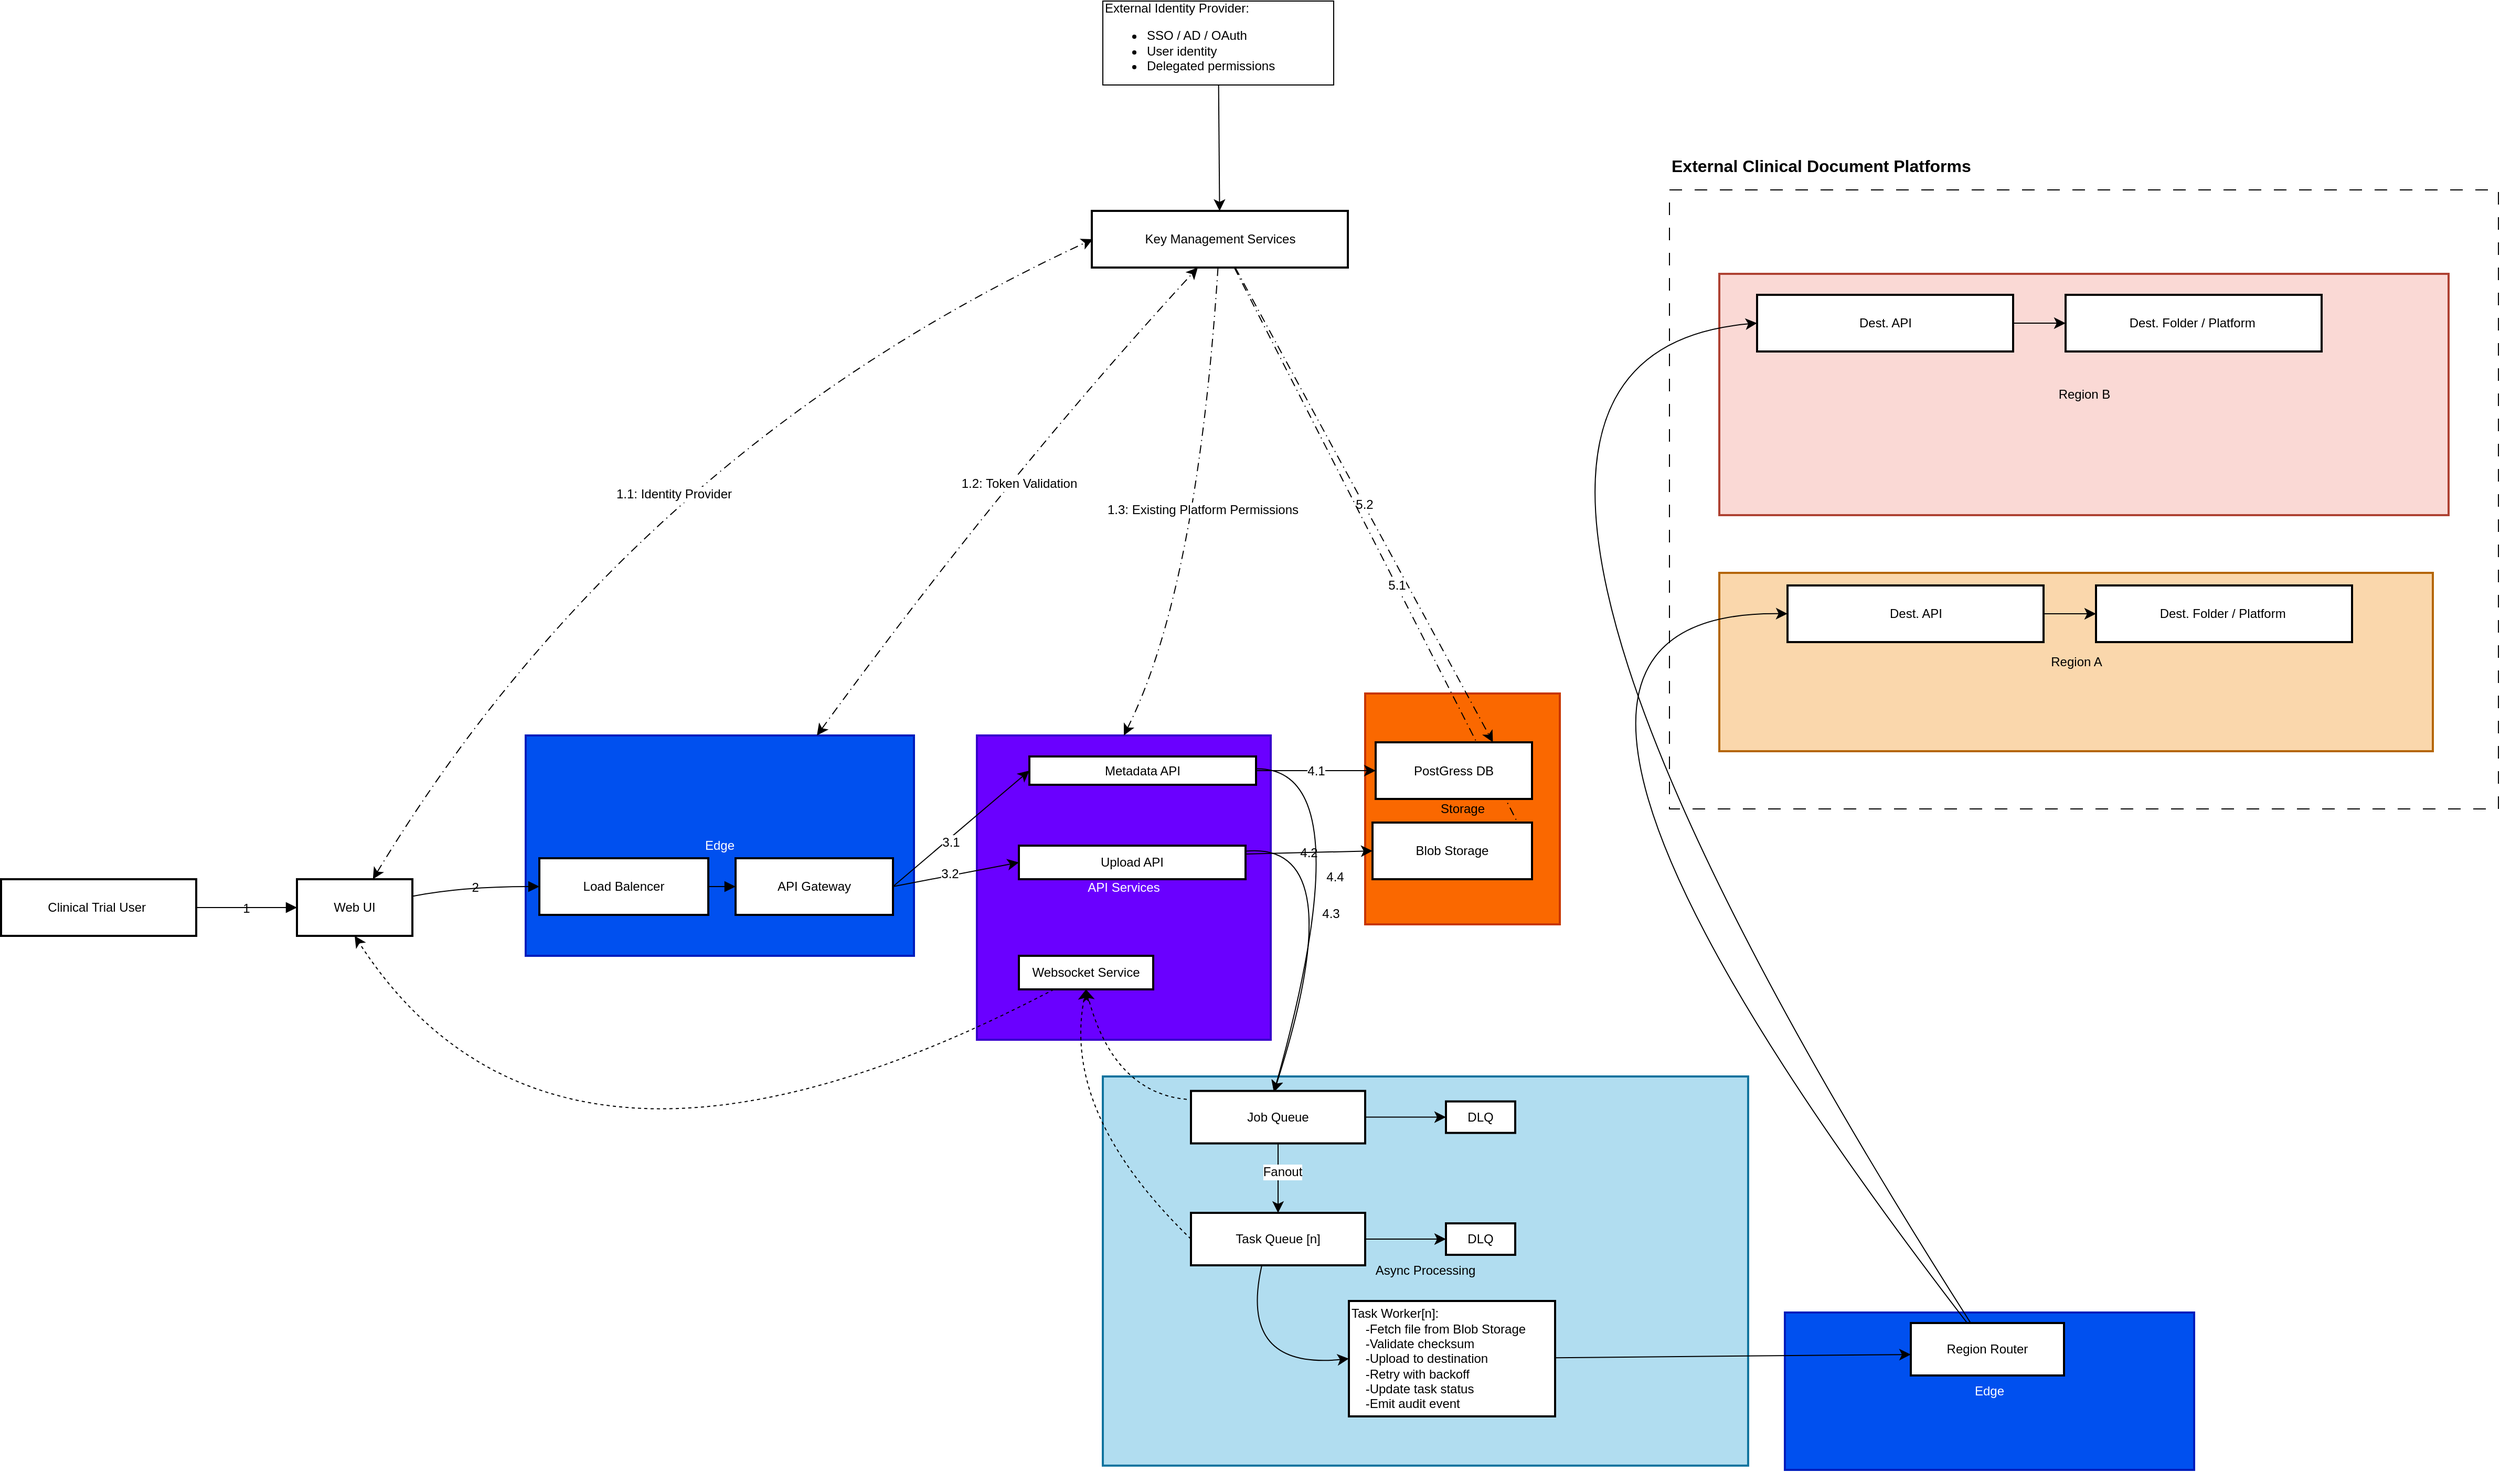
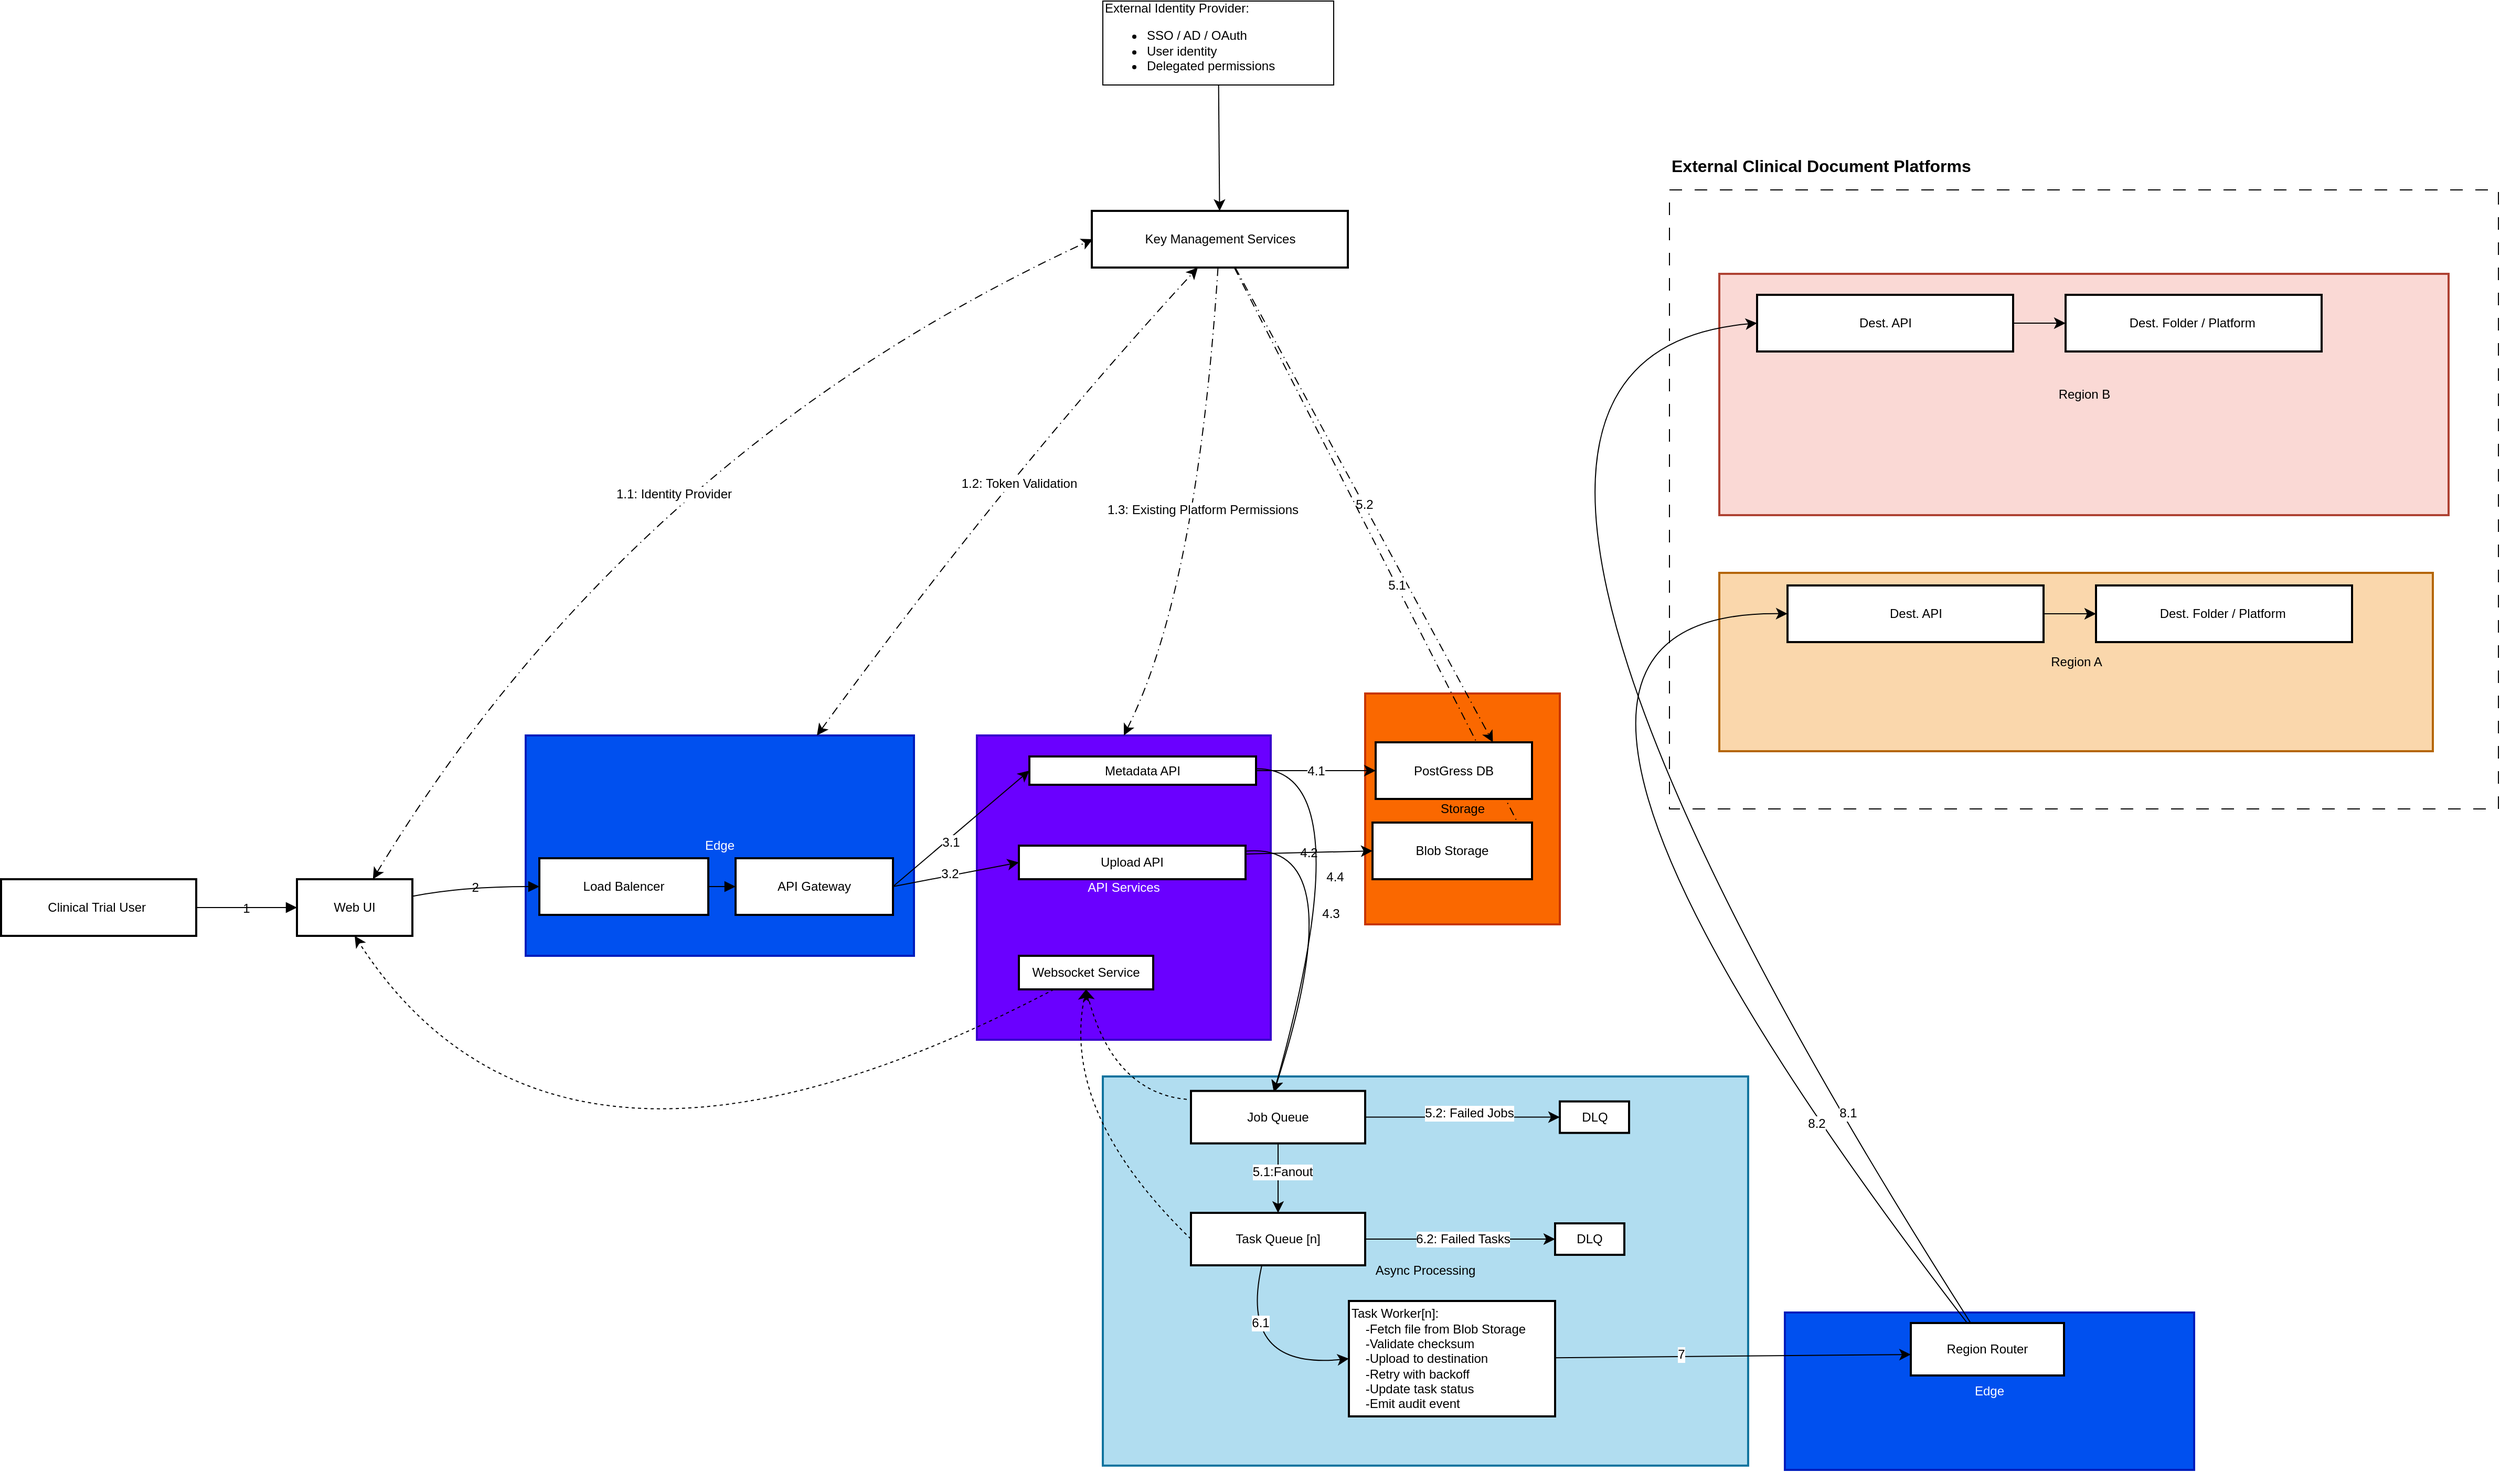
<mxfile host="app.diagrams.net">
  <diagram name="Overall-Diagram" id="Xauzskn0iYLa3f8TggF1">
-     <mxGraphModel dx="909" dy="1719" grid="1" gridSize="10" guides="1" tooltips="1" connect="1" arrows="1" fold="1" page="1" pageScale="1" pageWidth="850" pageHeight="1100" background="none" math="0" shadow="0">
+     <mxGraphModel dx="839" dy="1672" grid="1" gridSize="10" guides="1" tooltips="1" connect="1" arrows="1" fold="1" page="1" pageScale="1" pageWidth="850" pageHeight="1100" background="none" math="0" shadow="0">
      <root>
        <mxCell id="0" />
        <mxCell id="1" parent="0" />
        <mxCell id="kZjGEyZ31KSyDfQOjVAd-13" connectable="0" parent="1" style="group" value="" vertex="1">
          <mxGeometry height="630" width="790" x="1690" y="-520" as="geometry" />
        </mxCell>
        <mxCell id="kZjGEyZ31KSyDfQOjVAd-8" parent="kZjGEyZ31KSyDfQOjVAd-13" style="rounded=0;whiteSpace=wrap;html=1;fillColor=none;dashed=1;dashPattern=12 12;" value="" vertex="1">
          <mxGeometry height="590" width="790" y="40" as="geometry" />
        </mxCell>
        <mxCell id="kZjGEyZ31KSyDfQOjVAd-10" parent="kZjGEyZ31KSyDfQOjVAd-13" style="text;html=1;whiteSpace=wrap;strokeColor=none;fillColor=none;align=left;verticalAlign=middle;rounded=0;fontSize=16;" value="&lt;h2&gt;&lt;span style=&quot;-webkit-text-size-adjust: auto; font-size: medium;&quot;&gt;External Clinical Document Platforms&lt;/span&gt;&lt;/h2&gt;" vertex="1">
          <mxGeometry height="30" width="470" as="geometry" />
        </mxCell>
        <mxCell id="tPvMw2njpGqdJi2HAjV1-28" parent="kZjGEyZ31KSyDfQOjVAd-13" style="whiteSpace=wrap;strokeWidth=2;rounded=0;labelBackgroundColor=none;fillColor=#fad9d5;strokeColor=#ae4132;" value="Region B" vertex="1">
          <mxGeometry height="230" width="695" x="47.5" y="120" as="geometry" />
        </mxCell>
        <mxCell id="tPvMw2njpGqdJi2HAjV1-27" parent="kZjGEyZ31KSyDfQOjVAd-13" style="whiteSpace=wrap;strokeWidth=2;rounded=0;labelBackgroundColor=none;fillColor=#fad7ac;strokeColor=#b46504;" value="Region A" vertex="1">
          <mxGeometry height="170" width="680" x="47.5" y="405" as="geometry" />
        </mxCell>
        <mxCell id="tPvMw2njpGqdJi2HAjV1-7" parent="kZjGEyZ31KSyDfQOjVAd-13" style="whiteSpace=wrap;strokeWidth=2;rounded=0;labelBackgroundColor=none;" value="Dest. Folder / Platform " vertex="1">
          <mxGeometry height="54" width="244" x="406.5" y="417" as="geometry" />
        </mxCell>
        <mxCell id="tPvMw2njpGqdJi2HAjV1-15" edge="1" parent="kZjGEyZ31KSyDfQOjVAd-13" source="tPvMw2njpGqdJi2HAjV1-8" style="edgeStyle=none;curved=1;rounded=0;orthogonalLoop=1;jettySize=auto;html=1;fontSize=12;startSize=8;endSize=8;" target="tPvMw2njpGqdJi2HAjV1-7" value="">
          <mxGeometry relative="1" as="geometry" />
        </mxCell>
        <mxCell id="tPvMw2njpGqdJi2HAjV1-8" parent="kZjGEyZ31KSyDfQOjVAd-13" style="whiteSpace=wrap;strokeWidth=2;rounded=0;labelBackgroundColor=none;" value="Dest. API" vertex="1">
          <mxGeometry height="54" width="244" x="112.5" y="417" as="geometry" />
        </mxCell>
        <mxCell id="tPvMw2njpGqdJi2HAjV1-9" parent="kZjGEyZ31KSyDfQOjVAd-13" style="whiteSpace=wrap;strokeWidth=2;rounded=0;labelBackgroundColor=none;" value="Dest. Folder / Platform " vertex="1">
          <mxGeometry height="54" width="244" x="377.5" y="140" as="geometry" />
        </mxCell>
        <mxCell id="tPvMw2njpGqdJi2HAjV1-16" edge="1" parent="kZjGEyZ31KSyDfQOjVAd-13" source="tPvMw2njpGqdJi2HAjV1-10" style="edgeStyle=none;curved=1;rounded=0;orthogonalLoop=1;jettySize=auto;html=1;fontSize=12;startSize=8;endSize=8;" target="tPvMw2njpGqdJi2HAjV1-9" value="">
          <mxGeometry relative="1" as="geometry" />
        </mxCell>
        <mxCell id="kZjGEyZ31KSyDfQOjVAd-19" edge="1" parent="kZjGEyZ31KSyDfQOjVAd-13" source="tPvMw2njpGqdJi2HAjV1-10" style="edgeStyle=none;curved=1;rounded=0;orthogonalLoop=1;jettySize=auto;html=1;fontSize=12;startSize=8;endSize=8;">
          <mxGeometry relative="1" as="geometry">
            <mxPoint x="129.99999999999955" y="167" as="targetPoint" />
          </mxGeometry>
        </mxCell>
        <mxCell id="tPvMw2njpGqdJi2HAjV1-10" parent="kZjGEyZ31KSyDfQOjVAd-13" style="whiteSpace=wrap;strokeWidth=2;rounded=0;labelBackgroundColor=none;" value="Dest. API" vertex="1">
          <mxGeometry height="54" width="244" x="83.5" y="140" as="geometry" />
        </mxCell>
        <mxCell id="ZxT0anLmeUN1lRlBXtKW-56" parent="1" style="whiteSpace=wrap;strokeWidth=2;rounded=0;labelBackgroundColor=none;fillColor=#0050ef;fontColor=#ffffff;strokeColor=#001DBC;" value="Edge" vertex="1">
          <mxGeometry height="150" width="390" x="1800" y="590" as="geometry" />
        </mxCell>
        <mxCell id="LGeiLnGPZ_kJypGg9XhN-2" parent="1" style="whiteSpace=wrap;strokeWidth=2;rounded=0;labelBackgroundColor=none;fillColor=#b1ddf0;strokeColor=#10739e;aspect=fixed;" value="Async Processing" vertex="1">
          <mxGeometry height="370.92" width="614.97" x="1150" y="365" as="geometry" />
        </mxCell>
        <mxCell id="LGeiLnGPZ_kJypGg9XhN-4" parent="1" style="whiteSpace=wrap;strokeWidth=2;rounded=0;labelBackgroundColor=none;fillColor=#6a00ff;fontColor=#ffffff;strokeColor=#3700CC;" value="API Services" vertex="1">
          <mxGeometry height="290" width="280" x="1030" y="40" as="geometry" />
        </mxCell>
        <mxCell id="LGeiLnGPZ_kJypGg9XhN-3" parent="1" style="whiteSpace=wrap;strokeWidth=2;rounded=0;labelBackgroundColor=none;fillColor=#fa6800;fontColor=#000000;strokeColor=#C73500;" value="Storage" vertex="1">
          <mxGeometry height="220" width="185.5" x="1400" as="geometry" />
        </mxCell>
        <mxCell id="LGeiLnGPZ_kJypGg9XhN-5" parent="1" style="whiteSpace=wrap;strokeWidth=2;rounded=0;labelBackgroundColor=none;fillColor=#0050ef;fontColor=#ffffff;strokeColor=#001DBC;" value="Edge" vertex="1">
          <mxGeometry height="210" width="370" x="600" y="40" as="geometry" />
        </mxCell>
        <mxCell id="LGeiLnGPZ_kJypGg9XhN-6" parent="1" style="whiteSpace=wrap;strokeWidth=2;rounded=0;labelBackgroundColor=none;" value="Clinical Trial User " vertex="1">
          <mxGeometry height="54" width="186" x="100" y="177" as="geometry" />
        </mxCell>
        <mxCell id="kZjGEyZ31KSyDfQOjVAd-4" edge="1" parent="1" style="edgeStyle=none;curved=1;rounded=0;orthogonalLoop=1;jettySize=auto;html=1;entryX=0;entryY=0.5;entryDx=0;entryDy=0;fontSize=12;startSize=8;endSize=8;dashed=1;dashPattern=8 4 1 4;startArrow=classic;startFill=1;" value="1.1: Identity Provider">
          <mxGeometry relative="1" x="0.0321" y="-53" as="geometry">
            <mxPoint as="offset" />
            <Array as="points">
              <mxPoint x="701" y="-230" />
            </Array>
            <mxPoint x="454.3617511520737" y="177" as="sourcePoint" />
            <mxPoint x="1140.5" y="-433" as="targetPoint" />
          </mxGeometry>
        </mxCell>
        <mxCell id="LGeiLnGPZ_kJypGg9XhN-7" parent="1" style="whiteSpace=wrap;strokeWidth=2;rounded=0;labelBackgroundColor=none;" value="Web UI" vertex="1">
          <mxGeometry height="54" width="110" x="382" y="177" as="geometry" />
        </mxCell>
        <mxCell id="LGeiLnGPZ_kJypGg9XhN-8" parent="1" style="whiteSpace=wrap;strokeWidth=2;rounded=0;labelBackgroundColor=none;" value="Load Balencer" vertex="1">
          <mxGeometry height="54" width="161" x="613" y="157" as="geometry" />
        </mxCell>
        <mxCell id="ijDLy2rUQYNMrnhEq9o_-15" edge="1" parent="1" source="LGeiLnGPZ_kJypGg9XhN-9" style="edgeStyle=none;curved=1;rounded=0;orthogonalLoop=1;jettySize=auto;html=1;fontSize=12;startSize=8;endSize=8;entryX=0;entryY=0.5;entryDx=0;entryDy=0;labelBackgroundColor=none;fontColor=default;exitX=1;exitY=0.5;exitDx=0;exitDy=0;" target="LGeiLnGPZ_kJypGg9XhN-10">
          <mxGeometry relative="1" as="geometry">
            <mxPoint x="1059.9999999999998" y="229.99999999999977" as="targetPoint" />
          </mxGeometry>
        </mxCell>
        <mxCell id="kZjGEyZ31KSyDfQOjVAd-1" connectable="0" parent="ijDLy2rUQYNMrnhEq9o_-15" style="edgeLabel;html=1;align=center;verticalAlign=middle;resizable=0;points=[];fontSize=12;" value="3.1" vertex="1">
          <mxGeometry relative="1" x="-0.1984" y="-3" as="geometry">
            <mxPoint x="1" as="offset" />
          </mxGeometry>
        </mxCell>
        <mxCell id="ijDLy2rUQYNMrnhEq9o_-17" edge="1" parent="1" source="LGeiLnGPZ_kJypGg9XhN-9" style="edgeStyle=none;curved=1;rounded=0;orthogonalLoop=1;jettySize=auto;html=1;entryX=0;entryY=0.5;entryDx=0;entryDy=0;fontSize=12;startSize=8;endSize=8;exitX=1;exitY=0.5;exitDx=0;exitDy=0;" target="LGeiLnGPZ_kJypGg9XhN-11">
          <mxGeometry relative="1" as="geometry">
            <mxPoint x="960" y="190" as="sourcePoint" />
          </mxGeometry>
        </mxCell>
        <mxCell id="kZjGEyZ31KSyDfQOjVAd-2" connectable="0" parent="ijDLy2rUQYNMrnhEq9o_-17" style="edgeLabel;html=1;align=center;verticalAlign=middle;resizable=0;points=[];fontSize=12;" value="3.2" vertex="1">
          <mxGeometry relative="1" x="-0.0885" y="2" as="geometry">
            <mxPoint as="offset" />
          </mxGeometry>
        </mxCell>
        <mxCell id="tPvMw2njpGqdJi2HAjV1-17" edge="1" parent="1" source="LGeiLnGPZ_kJypGg9XhN-5" style="edgeStyle=none;curved=1;rounded=0;orthogonalLoop=1;jettySize=auto;html=1;entryX=0.5;entryY=1;entryDx=0;entryDy=0;fontSize=12;startSize=8;endSize=8;dashed=1;dashPattern=8 4 1 4;startArrow=classic;startFill=1;exitX=0.75;exitY=0;exitDx=0;exitDy=0;" value="1.2: Token Validation">
          <mxGeometry relative="1" x="0.0672" y="-14" as="geometry">
            <mxPoint as="offset" />
            <Array as="points">
              <mxPoint x="1060" y="-210" />
            </Array>
            <mxPoint x="853.7118320610687" y="157" as="sourcePoint" />
            <mxPoint x="1240.5" y="-406" as="targetPoint" />
          </mxGeometry>
        </mxCell>
        <mxCell id="LGeiLnGPZ_kJypGg9XhN-9" parent="1" style="whiteSpace=wrap;strokeWidth=2;rounded=0;labelBackgroundColor=none;" value="API Gateway" vertex="1">
          <mxGeometry height="54" width="150" x="800" y="157" as="geometry" />
        </mxCell>
        <mxCell id="ijDLy2rUQYNMrnhEq9o_-19" edge="1" parent="1" source="LGeiLnGPZ_kJypGg9XhN-10" style="edgeStyle=none;curved=1;rounded=0;orthogonalLoop=1;jettySize=auto;html=1;entryX=0;entryY=0.5;entryDx=0;entryDy=0;fontSize=12;startSize=8;endSize=8;exitX=1;exitY=0.5;exitDx=0;exitDy=0;" target="LGeiLnGPZ_kJypGg9XhN-12" value="4.1">
          <mxGeometry relative="1" as="geometry" />
        </mxCell>
        <mxCell id="ZxT0anLmeUN1lRlBXtKW-1" edge="1" parent="1" source="LGeiLnGPZ_kJypGg9XhN-10" style="edgeStyle=none;curved=1;rounded=0;orthogonalLoop=1;jettySize=auto;html=1;entryX=0.5;entryY=0;entryDx=0;entryDy=0;fontSize=12;startSize=8;endSize=8;" value="4.4">
          <mxGeometry relative="1" as="geometry">
            <Array as="points">
              <mxPoint x="1400" y="70" />
            </Array>
            <mxPoint x="1313" y="380" as="targetPoint" />
          </mxGeometry>
        </mxCell>
        <mxCell id="LGeiLnGPZ_kJypGg9XhN-10" parent="1" style="whiteSpace=wrap;strokeWidth=2;rounded=0;labelBackgroundColor=none;" value="Metadata API" vertex="1">
          <mxGeometry height="27" width="216" x="1080" y="60" as="geometry" />
        </mxCell>
        <mxCell id="ijDLy2rUQYNMrnhEq9o_-12" edge="1" parent="1" source="LGeiLnGPZ_kJypGg9XhN-11" style="edgeStyle=none;curved=1;rounded=0;orthogonalLoop=1;jettySize=auto;html=1;entryX=0;entryY=0.5;entryDx=0;entryDy=0;fontSize=12;startSize=8;endSize=8;exitX=1;exitY=0.25;exitDx=0;exitDy=0;labelBackgroundColor=none;fontColor=default;" target="LGeiLnGPZ_kJypGg9XhN-13" value="4.2">
          <mxGeometry relative="1" as="geometry" />
        </mxCell>
        <mxCell id="ZxT0anLmeUN1lRlBXtKW-2" edge="1" parent="1" source="LGeiLnGPZ_kJypGg9XhN-11" style="edgeStyle=none;curved=1;rounded=0;orthogonalLoop=1;jettySize=auto;html=1;entryX=0.5;entryY=0;entryDx=0;entryDy=0;fontSize=12;startSize=8;endSize=8;" value="4.3">
          <mxGeometry relative="1" as="geometry">
            <Array as="points">
              <mxPoint x="1390" y="140" />
            </Array>
            <mxPoint x="1313" y="380" as="targetPoint" />
          </mxGeometry>
        </mxCell>
        <mxCell id="LGeiLnGPZ_kJypGg9XhN-11" parent="1" style="whiteSpace=wrap;strokeWidth=2;rounded=0;labelBackgroundColor=none;" value="Upload API" vertex="1">
          <mxGeometry height="32" width="216" x="1070" y="145" as="geometry" />
        </mxCell>
        <mxCell id="tPvMw2njpGqdJi2HAjV1-2" edge="1" parent="1" style="edgeStyle=none;curved=1;rounded=0;orthogonalLoop=1;jettySize=auto;html=1;fontSize=12;startSize=8;endSize=8;entryX=0.5;entryY=1;entryDx=0;entryDy=0;dashed=1;" target="LGeiLnGPZ_kJypGg9XhN-18">
          <mxGeometry relative="1" as="geometry">
            <Array as="points">
              <mxPoint x="1160" y="380" />
            </Array>
            <mxPoint x="1230" y="386.8627450980389" as="sourcePoint" />
            <mxPoint x="1150" y="490" as="targetPoint" />
          </mxGeometry>
        </mxCell>
        <mxCell id="tPvMw2njpGqdJi2HAjV1-30" edge="1" parent="1" source="ZxT0anLmeUN1lRlBXtKW-4" style="edgeStyle=none;curved=1;rounded=0;orthogonalLoop=1;jettySize=auto;html=1;entryX=0.5;entryY=1;entryDx=0;entryDy=0;fontSize=12;startSize=8;endSize=8;dashed=1;exitX=0;exitY=0.5;exitDx=0;exitDy=0;" target="LGeiLnGPZ_kJypGg9XhN-18">
          <mxGeometry relative="1" as="geometry">
            <Array as="points">
              <mxPoint x="1110" y="400" />
            </Array>
            <mxPoint x="1274.6623376623374" y="462" as="sourcePoint" />
          </mxGeometry>
        </mxCell>
        <mxCell id="tPvMw2njpGqdJi2HAjV1-18" edge="1" parent="1" source="LGeiLnGPZ_kJypGg9XhN-20" style="edgeStyle=none;curved=1;rounded=0;orthogonalLoop=1;jettySize=auto;html=1;entryX=0.75;entryY=0;entryDx=0;entryDy=0;fontSize=12;startSize=8;endSize=8;dashed=1;dashPattern=8 4 1 4;" target="LGeiLnGPZ_kJypGg9XhN-12" value="5.2">
          <mxGeometry relative="1" as="geometry" />
        </mxCell>
        <mxCell id="tPvMw2njpGqdJi2HAjV1-19" edge="1" parent="1" source="LGeiLnGPZ_kJypGg9XhN-20" style="edgeStyle=none;curved=1;rounded=0;orthogonalLoop=1;jettySize=auto;html=1;entryX=1;entryY=0.5;entryDx=0;entryDy=0;fontSize=12;startSize=8;endSize=8;dashed=1;dashPattern=8 4 1 4;" target="LGeiLnGPZ_kJypGg9XhN-13">
          <mxGeometry relative="1" as="geometry" />
        </mxCell>
        <mxCell id="kZjGEyZ31KSyDfQOjVAd-3" connectable="0" parent="tPvMw2njpGqdJi2HAjV1-19" style="edgeLabel;html=1;align=center;verticalAlign=middle;resizable=0;points=[];fontSize=12;" value="5.1" vertex="1">
          <mxGeometry relative="1" x="0.0872" as="geometry">
            <mxPoint as="offset" />
          </mxGeometry>
        </mxCell>
        <mxCell id="kZjGEyZ31KSyDfQOjVAd-5" edge="1" parent="1" source="LGeiLnGPZ_kJypGg9XhN-20" style="edgeStyle=none;curved=1;rounded=0;orthogonalLoop=1;jettySize=auto;html=1;fontSize=12;startSize=8;endSize=8;dashed=1;dashPattern=8 4 1 4;entryX=0.5;entryY=0;entryDx=0;entryDy=0;" target="LGeiLnGPZ_kJypGg9XhN-4" value="1.3: Existing Platform Permissions">
          <mxGeometry relative="1" as="geometry">
            <Array as="points">
              <mxPoint x="1240" y="-100" />
            </Array>
            <mxPoint x="1160" y="20" as="targetPoint" />
          </mxGeometry>
        </mxCell>
        <mxCell id="LGeiLnGPZ_kJypGg9XhN-20" parent="1" style="whiteSpace=wrap;strokeWidth=2;rounded=0;labelBackgroundColor=none;" value="Key Management Services" vertex="1">
          <mxGeometry height="54" width="244" x="1139.5" y="-460" as="geometry" />
        </mxCell>
        <mxCell id="LGeiLnGPZ_kJypGg9XhN-23" edge="1" parent="1" source="LGeiLnGPZ_kJypGg9XhN-6" style="curved=1;startArrow=none;endArrow=block;exitX=1;exitY=0.5;entryX=0;entryY=0.5;rounded=0;fontSize=12;startSize=8;endSize=8;labelBackgroundColor=none;fontColor=default;" target="LGeiLnGPZ_kJypGg9XhN-7" value="1">
          <mxGeometry relative="1" as="geometry">
            <Array as="points" />
          </mxGeometry>
        </mxCell>
        <mxCell id="LGeiLnGPZ_kJypGg9XhN-24" edge="1" parent="1" source="LGeiLnGPZ_kJypGg9XhN-7" style="curved=1;startArrow=none;endArrow=block;exitX=1;exitY=0.3;entryX=0;entryY=0.5;rounded=0;fontSize=12;startSize=8;endSize=8;labelBackgroundColor=none;fontColor=default;" target="LGeiLnGPZ_kJypGg9XhN-8" value="2">
          <mxGeometry relative="1" as="geometry">
            <Array as="points">
              <mxPoint x="540" y="184" />
            </Array>
          </mxGeometry>
        </mxCell>
        <mxCell id="LGeiLnGPZ_kJypGg9XhN-35" edge="1" parent="1" source="LGeiLnGPZ_kJypGg9XhN-8" style="curved=1;startArrow=none;endArrow=block;exitX=1;exitY=0.5;entryX=0;entryY=0.5;rounded=0;fontSize=12;startSize=8;endSize=8;labelBackgroundColor=none;fontColor=default;" target="LGeiLnGPZ_kJypGg9XhN-9" value="">
          <mxGeometry relative="1" as="geometry">
            <Array as="points" />
          </mxGeometry>
        </mxCell>
        <mxCell id="tPvMw2njpGqdJi2HAjV1-29" edge="1" parent="1" source="LGeiLnGPZ_kJypGg9XhN-18" style="edgeStyle=none;curved=1;rounded=0;orthogonalLoop=1;jettySize=auto;html=1;entryX=0.5;entryY=1;entryDx=0;entryDy=0;fontSize=12;startSize=8;endSize=8;dashed=1;" target="LGeiLnGPZ_kJypGg9XhN-7">
          <mxGeometry relative="1" as="geometry">
            <Array as="points">
              <mxPoint x="630" y="530" />
            </Array>
          </mxGeometry>
        </mxCell>
        <mxCell id="LGeiLnGPZ_kJypGg9XhN-18" parent="1" style="whiteSpace=wrap;strokeWidth=2;rounded=0;labelBackgroundColor=none;" value="Websocket Service" vertex="1">
          <mxGeometry height="32" width="128" x="1070" y="250" as="geometry" />
        </mxCell>
        <mxCell id="LGeiLnGPZ_kJypGg9XhN-13" parent="1" style="whiteSpace=wrap;strokeWidth=2;rounded=0;labelBackgroundColor=none;" value="Blob Storage" vertex="1">
          <mxGeometry height="54" width="152" x="1407" y="123" as="geometry" />
        </mxCell>
        <mxCell id="LGeiLnGPZ_kJypGg9XhN-12" parent="1" style="whiteSpace=wrap;strokeWidth=2;rounded=0;labelBackgroundColor=none;" value="PostGress DB" vertex="1">
          <mxGeometry height="54" width="149" x="1410" y="46.5" as="geometry" />
        </mxCell>
-         <mxCell id="kZjGEyZ31KSyDfQOjVAd-17" edge="1" parent="1" source="tPvMw2njpGqdJi2HAjV1-6" style="edgeStyle=none;curved=1;rounded=0;orthogonalLoop=1;jettySize=auto;html=1;fontSize=12;startSize=8;endSize=8;entryX=0;entryY=0.5;entryDx=0;entryDy=0;" target="tPvMw2njpGqdJi2HAjV1-8">
-           <mxGeometry relative="1" as="geometry">
+         <mxCell id="kZjGEyZ31KSyDfQOjVAd-17" edge="1" parent="1" source="tPvMw2njpGqdJi2HAjV1-6" style="edgeStyle=none;curved=1;rounded=0;orthogonalLoop=1;jettySize=auto;html=1;fontSize=12;startSize=8;endSize=8;entryX=0;entryY=0.5;entryDx=0;entryDy=0;" target="tPvMw2njpGqdJi2HAjV1-8" value="8.2">
+           <mxGeometry relative="1" x="-0.6065" y="-2" as="geometry">
+             <mxPoint as="offset" />
            <Array as="points">
              <mxPoint x="1450" y="-80" />
            </Array>
            <mxPoint x="1969.9999999999995" y="-40" as="targetPoint" />
          </mxGeometry>
        </mxCell>
-         <mxCell id="kZjGEyZ31KSyDfQOjVAd-18" edge="1" parent="1" source="tPvMw2njpGqdJi2HAjV1-6" style="edgeStyle=none;curved=1;rounded=0;orthogonalLoop=1;jettySize=auto;html=1;fontSize=12;startSize=8;endSize=8;entryX=0;entryY=0.5;entryDx=0;entryDy=0;" target="tPvMw2njpGqdJi2HAjV1-10">
-           <mxGeometry relative="1" as="geometry">
+         <mxCell id="kZjGEyZ31KSyDfQOjVAd-18" edge="1" parent="1" source="tPvMw2njpGqdJi2HAjV1-6" style="edgeStyle=none;curved=1;rounded=0;orthogonalLoop=1;jettySize=auto;html=1;fontSize=12;startSize=8;endSize=8;entryX=0;entryY=0.5;entryDx=0;entryDy=0;" target="tPvMw2njpGqdJi2HAjV1-10" value="8.1">
+           <mxGeometry relative="1" x="-0.6863" y="-9" as="geometry">
+             <mxPoint as="offset" />
            <Array as="points">
              <mxPoint x="1390" y="-320" />
            </Array>
            <mxPoint x="1779.9999999999995" y="-360" as="targetPoint" />
          </mxGeometry>
        </mxCell>
        <mxCell id="tPvMw2njpGqdJi2HAjV1-6" parent="1" style="whiteSpace=wrap;strokeWidth=2;rounded=0;labelBackgroundColor=none;" value="Region Router" vertex="1">
          <mxGeometry height="50" width="146" x="1920" y="600" as="geometry" />
        </mxCell>
        <mxCell id="ZxT0anLmeUN1lRlBXtKW-5" edge="1" parent="1" source="ZxT0anLmeUN1lRlBXtKW-3" style="edgeStyle=none;curved=1;rounded=0;orthogonalLoop=1;jettySize=auto;html=1;fontSize=12;startSize=8;endSize=8;" target="ZxT0anLmeUN1lRlBXtKW-4" value="">
          <mxGeometry relative="1" as="geometry" />
        </mxCell>
-         <mxCell id="kZjGEyZ31KSyDfQOjVAd-20" connectable="0" parent="ZxT0anLmeUN1lRlBXtKW-5" style="edgeLabel;html=1;align=center;verticalAlign=middle;resizable=0;points=[];fontSize=12;" value="Fanout" vertex="1">
+         <mxCell id="kZjGEyZ31KSyDfQOjVAd-20" connectable="0" parent="ZxT0anLmeUN1lRlBXtKW-5" style="edgeLabel;html=1;align=center;verticalAlign=middle;resizable=0;points=[];fontSize=12;" value="5.1:Fanout" vertex="1">
          <mxGeometry relative="1" x="-0.1908" y="4" as="geometry">
            <mxPoint as="offset" />
          </mxGeometry>
        </mxCell>
        <mxCell id="ZxT0anLmeUN1lRlBXtKW-52" edge="1" parent="1" source="ZxT0anLmeUN1lRlBXtKW-3" style="edgeStyle=none;curved=1;rounded=0;orthogonalLoop=1;jettySize=auto;html=1;fontSize=12;startSize=8;endSize=8;" target="ZxT0anLmeUN1lRlBXtKW-9" value="">
          <mxGeometry relative="1" as="geometry" />
+         </mxCell>
+         <mxCell id="kZjGEyZ31KSyDfQOjVAd-22" connectable="0" parent="ZxT0anLmeUN1lRlBXtKW-52" style="edgeLabel;html=1;align=center;verticalAlign=middle;resizable=0;points=[];fontSize=12;" value="5.2: Failed Jobs" vertex="1">
+           <mxGeometry relative="1" x="0.0649" y="4" as="geometry">
+             <mxPoint as="offset" />
+           </mxGeometry>
        </mxCell>
        <mxCell id="ZxT0anLmeUN1lRlBXtKW-3" parent="1" style="whiteSpace=wrap;strokeWidth=2;rounded=0;labelBackgroundColor=none;" value="Job Queue" vertex="1">
          <mxGeometry height="50" width="166" x="1234" y="378.79999999999995" as="geometry" />
        </mxCell>
        <mxCell id="ZxT0anLmeUN1lRlBXtKW-21" edge="1" parent="1" source="ZxT0anLmeUN1lRlBXtKW-4" style="edgeStyle=none;curved=1;rounded=0;orthogonalLoop=1;jettySize=auto;html=1;fontSize=12;startSize=8;endSize=8;" target="ZxT0anLmeUN1lRlBXtKW-11" value="">
          <mxGeometry relative="1" as="geometry" />
        </mxCell>
-         <mxCell id="ZxT0anLmeUN1lRlBXtKW-54" edge="1" parent="1" source="ZxT0anLmeUN1lRlBXtKW-4" style="edgeStyle=none;curved=1;rounded=0;orthogonalLoop=1;jettySize=auto;html=1;entryX=0;entryY=0.5;entryDx=0;entryDy=0;fontSize=12;startSize=8;endSize=8;exitX=0.422;exitY=0.8;exitDx=0;exitDy=0;exitPerimeter=0;" target="ZxT0anLmeUN1lRlBXtKW-53">
-           <mxGeometry relative="1" as="geometry">
+         <mxCell id="kZjGEyZ31KSyDfQOjVAd-23" connectable="0" parent="ZxT0anLmeUN1lRlBXtKW-21" style="edgeLabel;html=1;align=center;verticalAlign=middle;resizable=0;points=[];fontSize=12;" value="6.2: Failed Tasks" vertex="1">
+           <mxGeometry relative="1" x="-0.2155" y="3" as="geometry">
+             <mxPoint x="22" y="3" as="offset" />
+           </mxGeometry>
+         </mxCell>
+         <mxCell id="ZxT0anLmeUN1lRlBXtKW-54" edge="1" parent="1" source="ZxT0anLmeUN1lRlBXtKW-4" style="edgeStyle=none;curved=1;rounded=0;orthogonalLoop=1;jettySize=auto;html=1;entryX=0;entryY=0.5;entryDx=0;entryDy=0;fontSize=12;startSize=8;endSize=8;exitX=0.422;exitY=0.8;exitDx=0;exitDy=0;exitPerimeter=0;" target="ZxT0anLmeUN1lRlBXtKW-53" value="6.1">
+           <mxGeometry relative="1" x="-0.4334" y="13" as="geometry">
+             <mxPoint as="offset" />
            <Array as="points">
              <mxPoint x="1274" y="645" />
            </Array>
          </mxGeometry>
        </mxCell>
        <mxCell id="ZxT0anLmeUN1lRlBXtKW-4" parent="1" style="whiteSpace=wrap;strokeWidth=2;rounded=0;labelBackgroundColor=none;" value="Task Queue [n]" vertex="1">
          <mxGeometry height="50" width="166" x="1234" y="495" as="geometry" />
        </mxCell>
        <mxCell id="ZxT0anLmeUN1lRlBXtKW-9" parent="1" style="whiteSpace=wrap;strokeWidth=2;rounded=0;labelBackgroundColor=none;" value="DLQ" vertex="1">
-           <mxGeometry height="30" width="66" x="1477" y="388.79999999999995" as="geometry" />
+           <mxGeometry height="30" width="66" x="1585.5" y="388.79999999999995" as="geometry" />
        </mxCell>
        <mxCell id="ZxT0anLmeUN1lRlBXtKW-11" parent="1" style="whiteSpace=wrap;strokeWidth=2;rounded=0;labelBackgroundColor=none;" value="DLQ" vertex="1">
-           <mxGeometry height="30" width="66" x="1477" y="505" as="geometry" />
+           <mxGeometry height="30" width="66" x="1581" y="505" as="geometry" />
        </mxCell>
        <mxCell id="ZxT0anLmeUN1lRlBXtKW-55" edge="1" parent="1" source="ZxT0anLmeUN1lRlBXtKW-53" style="edgeStyle=none;curved=1;rounded=0;orthogonalLoop=1;jettySize=auto;html=1;fontSize=12;startSize=8;endSize=8;">
          <mxGeometry relative="1" as="geometry">
            <mxPoint x="1920.0000000000005" y="630" as="targetPoint" />
+           </mxGeometry>
+         </mxCell>
+         <mxCell id="kZjGEyZ31KSyDfQOjVAd-24" connectable="0" parent="ZxT0anLmeUN1lRlBXtKW-55" style="edgeLabel;html=1;align=center;verticalAlign=middle;resizable=0;points=[];fontSize=12;" value="7" vertex="1">
+           <mxGeometry relative="1" x="-0.2942" y="2" as="geometry">
+             <mxPoint as="offset" />
          </mxGeometry>
        </mxCell>
        <mxCell id="ZxT0anLmeUN1lRlBXtKW-53" parent="1" style="whiteSpace=wrap;strokeWidth=2;rounded=0;labelBackgroundColor=none;align=left;" value="Task Worker[n]:&#xa;    -Fetch file from Blob Storage&#xa;    -Validate checksum&#xa;    -Upload to destination&#xa;    -Retry with backoff&#xa;    -Update task status&#xa;    -Emit audit event" vertex="1">
          <mxGeometry height="110" width="196.5" x="1384.5" y="579" as="geometry" />
        </mxCell>
        <mxCell id="kZjGEyZ31KSyDfQOjVAd-7" edge="1" parent="1" source="kZjGEyZ31KSyDfQOjVAd-6" style="edgeStyle=none;curved=1;rounded=0;orthogonalLoop=1;jettySize=auto;html=1;fontSize=12;startSize=8;endSize=8;" target="LGeiLnGPZ_kJypGg9XhN-20" value="">
          <mxGeometry relative="1" as="geometry" />
        </mxCell>
        <mxCell id="kZjGEyZ31KSyDfQOjVAd-6" parent="1" style="whiteSpace=wrap;html=1;align=left;" value="&lt;div&gt;External Identity Provider:&lt;/div&gt;&lt;div&gt;&lt;ul&gt;&lt;li style=&quot;&quot;&gt;SSO / AD / OAuth&lt;/li&gt;&lt;li style=&quot;&quot;&gt;User identity&lt;/li&gt;&lt;li&gt;Delegated permissions&lt;br&gt;&lt;/li&gt;&lt;/ul&gt;&lt;/div&gt;" vertex="1">
          <mxGeometry height="80" width="220" x="1150" y="-660" as="geometry" />
        </mxCell>
      </root>
    </mxGraphModel>
  </diagram>
</mxfile>
